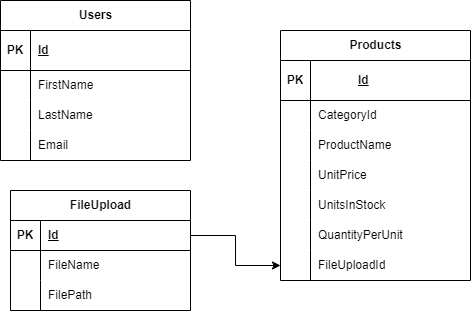
Above: Başlıksız Diyagram.drawio.png in Ayse-nur23/nLayeredApp (draw.io), before the change. Source tidied: cells renumbered, new cells last; positions are measured from the earlier drawing's top-left corner, leaving out a move shared by most shapes.
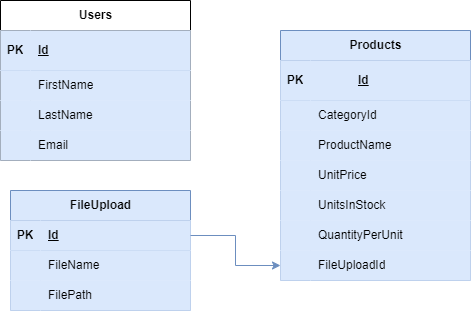
After the commit.

The edit, as a diff of the source:
```diff
@@ -5,139 +5,139 @@
     <mxCell id="2" value="Users" style="shape=table;startSize=30;rowLines=0;fontStyle=1;align=center;html=1;" parent="1" vertex="1">
       <mxGeometry width="190" height="160" as="geometry" />
     </mxCell>
-    <mxCell id="3" style="shape=tableRow;horizontal=0;startSize=0;swimlaneHead=0;swimlaneBody=0;fillColor=none;top=0;left=0;right=0;bottom=1;" parent="2" vertex="1">
+    <mxCell id="3" style="shape=tableRow;horizontal=0;startSize=0;swimlaneHead=0;swimlaneBody=0;fillColor=#dae8fc;top=0;left=0;right=0;bottom=1;strokeColor=#6c8ebf;" parent="2" vertex="1">
       <mxGeometry y="30" width="190" height="40" as="geometry" />
     </mxCell>
-    <mxCell id="4" value="PK" style="shape=partialRectangle;fillColor=none;top=0;left=0;bottom=0;right=0;fontStyle=1;overflow=hidden;whiteSpace=wrap;html=1;" parent="3" vertex="1">
+    <mxCell id="4" value="PK" style="shape=partialRectangle;fillColor=#dae8fc;top=0;left=0;bottom=0;right=0;fontStyle=1;overflow=hidden;whiteSpace=wrap;html=1;strokeColor=#6c8ebf;" parent="3" vertex="1">
       <mxGeometry width="30" height="40" as="geometry" />
     </mxCell>
-    <mxCell id="5" value="Id" style="shape=partialRectangle;fillColor=none;top=0;left=0;bottom=0;right=0;align=left;spacingLeft=6;fontStyle=5;overflow=hidden;whiteSpace=wrap;html=1;" parent="3" vertex="1">
+    <mxCell id="5" value="Id" style="shape=partialRectangle;fillColor=#dae8fc;top=0;left=0;bottom=0;right=0;align=left;spacingLeft=6;fontStyle=5;overflow=hidden;whiteSpace=wrap;html=1;strokeColor=#6c8ebf;" parent="3" vertex="1">
       <mxGeometry x="30" width="160" height="40" as="geometry" />
     </mxCell>
-    <mxCell id="6" style="shape=tableRow;horizontal=0;startSize=0;swimlaneHead=0;swimlaneBody=0;fillColor=none;top=0;left=0;right=0;bottom=0;" parent="2" vertex="1">
+    <mxCell id="6" style="shape=tableRow;horizontal=0;startSize=0;swimlaneHead=0;swimlaneBody=0;fillColor=#dae8fc;top=0;left=0;right=0;bottom=0;strokeColor=#6c8ebf;" parent="2" vertex="1">
       <mxGeometry y="70" width="190" height="30" as="geometry" />
     </mxCell>
-    <mxCell id="7" style="shape=partialRectangle;fillColor=none;top=0;left=0;bottom=0;right=0;overflow=hidden;whiteSpace=wrap;html=1;" parent="6" vertex="1">
+    <mxCell id="7" style="shape=partialRectangle;fillColor=#dae8fc;top=0;left=0;bottom=0;right=0;overflow=hidden;whiteSpace=wrap;html=1;strokeColor=#6c8ebf;" parent="6" vertex="1">
       <mxGeometry width="30" height="30" as="geometry" />
     </mxCell>
-    <mxCell id="8" value="FirstName" style="shape=partialRectangle;fillColor=none;top=0;left=0;bottom=0;right=0;align=left;spacingLeft=6;overflow=hidden;whiteSpace=wrap;html=1;" parent="6" vertex="1">
+    <mxCell id="8" value="FirstName" style="shape=partialRectangle;fillColor=#dae8fc;top=0;left=0;bottom=0;right=0;align=left;spacingLeft=6;overflow=hidden;whiteSpace=wrap;html=1;strokeColor=#6c8ebf;" parent="6" vertex="1">
       <mxGeometry x="30" width="160" height="30" as="geometry" />
     </mxCell>
-    <mxCell id="9" style="shape=tableRow;horizontal=0;startSize=0;swimlaneHead=0;swimlaneBody=0;fillColor=none;top=0;left=0;right=0;bottom=0;" parent="2" vertex="1">
+    <mxCell id="9" style="shape=tableRow;horizontal=0;startSize=0;swimlaneHead=0;swimlaneBody=0;fillColor=#dae8fc;top=0;left=0;right=0;bottom=0;strokeColor=#6c8ebf;" parent="2" vertex="1">
       <mxGeometry y="100" width="190" height="30" as="geometry" />
     </mxCell>
-    <mxCell id="10" style="shape=partialRectangle;fillColor=none;top=0;left=0;bottom=0;right=0;overflow=hidden;whiteSpace=wrap;html=1;" parent="9" vertex="1">
+    <mxCell id="10" style="shape=partialRectangle;fillColor=#dae8fc;top=0;left=0;bottom=0;right=0;overflow=hidden;whiteSpace=wrap;html=1;strokeColor=#6c8ebf;" parent="9" vertex="1">
       <mxGeometry width="30" height="30" as="geometry" />
     </mxCell>
-    <mxCell id="11" value="LastName" style="shape=partialRectangle;fillColor=none;top=0;left=0;bottom=0;right=0;align=left;spacingLeft=6;overflow=hidden;whiteSpace=wrap;html=1;" parent="9" vertex="1">
+    <mxCell id="11" value="LastName" style="shape=partialRectangle;fillColor=#dae8fc;top=0;left=0;bottom=0;right=0;align=left;spacingLeft=6;overflow=hidden;whiteSpace=wrap;html=1;strokeColor=#6c8ebf;" parent="9" vertex="1">
       <mxGeometry x="30" width="160" height="30" as="geometry" />
     </mxCell>
-    <mxCell id="12" style="shape=tableRow;horizontal=0;startSize=0;swimlaneHead=0;swimlaneBody=0;fillColor=none;top=0;left=0;right=0;bottom=0;" parent="2" vertex="1">
+    <mxCell id="12" style="shape=tableRow;horizontal=0;startSize=0;swimlaneHead=0;swimlaneBody=0;fillColor=#dae8fc;top=0;left=0;right=0;bottom=0;strokeColor=#6c8ebf;" parent="2" vertex="1">
       <mxGeometry y="130" width="190" height="30" as="geometry" />
     </mxCell>
-    <mxCell id="13" style="shape=partialRectangle;fillColor=none;top=0;left=0;bottom=0;right=0;overflow=hidden;whiteSpace=wrap;html=1;" parent="12" vertex="1">
+    <mxCell id="13" style="shape=partialRectangle;fillColor=#dae8fc;top=0;left=0;bottom=0;right=0;overflow=hidden;whiteSpace=wrap;html=1;strokeColor=#6c8ebf;" parent="12" vertex="1">
       <mxGeometry width="30" height="30" as="geometry" />
     </mxCell>
-    <mxCell id="14" value="Email" style="shape=partialRectangle;fillColor=none;top=0;left=0;bottom=0;right=0;align=left;spacingLeft=6;overflow=hidden;whiteSpace=wrap;html=1;" parent="12" vertex="1">
+    <mxCell id="14" value="Email" style="shape=partialRectangle;fillColor=#dae8fc;top=0;left=0;bottom=0;right=0;align=left;spacingLeft=6;overflow=hidden;whiteSpace=wrap;html=1;strokeColor=#6c8ebf;" parent="12" vertex="1">
       <mxGeometry x="30" width="160" height="30" as="geometry" />
     </mxCell>
-    <mxCell id="15" value="Products" style="shape=table;startSize=30;rowLines=0;fontStyle=1;align=center;html=1;" parent="1" vertex="1">
+    <mxCell id="15" value="Products" style="shape=table;startSize=30;rowLines=0;fontStyle=1;align=center;html=1;fillColor=#dae8fc;strokeColor=#6c8ebf;" parent="1" vertex="1">
       <mxGeometry x="280" y="30" width="190" height="250" as="geometry" />
     </mxCell>
-    <mxCell id="16" style="shape=tableRow;horizontal=0;startSize=0;swimlaneHead=0;swimlaneBody=0;fillColor=none;top=0;left=0;right=0;bottom=1;" parent="15" vertex="1">
+    <mxCell id="16" style="shape=tableRow;horizontal=0;startSize=0;swimlaneHead=0;swimlaneBody=0;fillColor=#dae8fc;top=0;left=0;right=0;bottom=1;strokeColor=#6c8ebf;" parent="15" vertex="1">
       <mxGeometry y="30" width="190" height="40" as="geometry" />
     </mxCell>
-    <mxCell id="17" value="PK" style="shape=partialRectangle;fillColor=none;top=0;left=0;bottom=0;right=0;fontStyle=1;overflow=hidden;whiteSpace=wrap;html=1;" parent="16" vertex="1">
+    <mxCell id="17" value="PK" style="shape=partialRectangle;fillColor=#dae8fc;top=0;left=0;bottom=0;right=0;fontStyle=1;overflow=hidden;whiteSpace=wrap;html=1;strokeColor=#6c8ebf;" parent="16" vertex="1">
       <mxGeometry width="30" height="40" as="geometry" />
     </mxCell>
-    <mxCell id="18" value="&lt;blockquote style=&quot;margin: 0 0 0 40px; border: none; padding: 0px;&quot;&gt;Id&lt;/blockquote&gt;" style="shape=partialRectangle;fillColor=none;top=0;left=0;bottom=0;right=0;align=left;spacingLeft=6;fontStyle=5;overflow=hidden;whiteSpace=wrap;html=1;" parent="16" vertex="1">
+    <mxCell id="18" value="&lt;blockquote style=&quot;margin: 0 0 0 40px; border: none; padding: 0px;&quot;&gt;Id&lt;/blockquote&gt;" style="shape=partialRectangle;fillColor=#dae8fc;top=0;left=0;bottom=0;right=0;align=left;spacingLeft=6;fontStyle=5;overflow=hidden;whiteSpace=wrap;html=1;strokeColor=#6c8ebf;" parent="16" vertex="1">
       <mxGeometry x="30" width="160" height="40" as="geometry" />
     </mxCell>
-    <mxCell id="19" style="shape=tableRow;horizontal=0;startSize=0;swimlaneHead=0;swimlaneBody=0;fillColor=none;top=0;left=0;right=0;bottom=0;" parent="15" vertex="1">
+    <mxCell id="19" style="shape=tableRow;horizontal=0;startSize=0;swimlaneHead=0;swimlaneBody=0;fillColor=#dae8fc;top=0;left=0;right=0;bottom=0;strokeColor=#6c8ebf;" parent="15" vertex="1">
       <mxGeometry y="70" width="190" height="30" as="geometry" />
     </mxCell>
-    <mxCell id="20" style="shape=partialRectangle;fillColor=none;top=0;left=0;bottom=0;right=0;overflow=hidden;whiteSpace=wrap;html=1;" parent="19" vertex="1">
+    <mxCell id="20" style="shape=partialRectangle;fillColor=#dae8fc;top=0;left=0;bottom=0;right=0;overflow=hidden;whiteSpace=wrap;html=1;strokeColor=#6c8ebf;" parent="19" vertex="1">
       <mxGeometry width="30" height="30" as="geometry" />
     </mxCell>
-    <mxCell id="21" value="CategoryId&amp;nbsp;" style="shape=partialRectangle;fillColor=none;top=0;left=0;bottom=0;right=0;align=left;spacingLeft=6;overflow=hidden;whiteSpace=wrap;html=1;" parent="19" vertex="1">
+    <mxCell id="21" value="CategoryId&amp;nbsp;" style="shape=partialRectangle;fillColor=#dae8fc;top=0;left=0;bottom=0;right=0;align=left;spacingLeft=6;overflow=hidden;whiteSpace=wrap;html=1;strokeColor=#6c8ebf;" parent="19" vertex="1">
       <mxGeometry x="30" width="160" height="30" as="geometry" />
     </mxCell>
-    <mxCell id="22" style="shape=tableRow;horizontal=0;startSize=0;swimlaneHead=0;swimlaneBody=0;fillColor=none;top=0;left=0;right=0;bottom=0;" parent="15" vertex="1">
+    <mxCell id="22" style="shape=tableRow;horizontal=0;startSize=0;swimlaneHead=0;swimlaneBody=0;fillColor=#dae8fc;top=0;left=0;right=0;bottom=0;strokeColor=#6c8ebf;" parent="15" vertex="1">
       <mxGeometry y="100" width="190" height="30" as="geometry" />
     </mxCell>
-    <mxCell id="23" style="shape=partialRectangle;fillColor=none;top=0;left=0;bottom=0;right=0;overflow=hidden;whiteSpace=wrap;html=1;" parent="22" vertex="1">
+    <mxCell id="23" style="shape=partialRectangle;fillColor=#dae8fc;top=0;left=0;bottom=0;right=0;overflow=hidden;whiteSpace=wrap;html=1;strokeColor=#6c8ebf;" parent="22" vertex="1">
       <mxGeometry width="30" height="30" as="geometry" />
     </mxCell>
-    <mxCell id="24" value="ProductName&amp;nbsp;" style="shape=partialRectangle;fillColor=none;top=0;left=0;bottom=0;right=0;align=left;spacingLeft=6;overflow=hidden;whiteSpace=wrap;html=1;" parent="22" vertex="1">
+    <mxCell id="24" value="ProductName&amp;nbsp;" style="shape=partialRectangle;fillColor=#dae8fc;top=0;left=0;bottom=0;right=0;align=left;spacingLeft=6;overflow=hidden;whiteSpace=wrap;html=1;strokeColor=#6c8ebf;" parent="22" vertex="1">
       <mxGeometry x="30" width="160" height="30" as="geometry" />
     </mxCell>
-    <mxCell id="25" style="shape=tableRow;horizontal=0;startSize=0;swimlaneHead=0;swimlaneBody=0;fillColor=none;top=0;left=0;right=0;bottom=0;" parent="15" vertex="1">
+    <mxCell id="25" style="shape=tableRow;horizontal=0;startSize=0;swimlaneHead=0;swimlaneBody=0;fillColor=#dae8fc;top=0;left=0;right=0;bottom=0;strokeColor=#6c8ebf;" parent="15" vertex="1">
       <mxGeometry y="130" width="190" height="30" as="geometry" />
     </mxCell>
-    <mxCell id="26" style="shape=partialRectangle;fillColor=none;top=0;left=0;bottom=0;right=0;overflow=hidden;whiteSpace=wrap;html=1;" parent="25" vertex="1">
+    <mxCell id="26" style="shape=partialRectangle;fillColor=#dae8fc;top=0;left=0;bottom=0;right=0;overflow=hidden;whiteSpace=wrap;html=1;strokeColor=#6c8ebf;" parent="25" vertex="1">
       <mxGeometry width="30" height="30" as="geometry" />
     </mxCell>
-    <mxCell id="27" value="UnitPrice&amp;nbsp;" style="shape=partialRectangle;fillColor=none;top=0;left=0;bottom=0;right=0;align=left;spacingLeft=6;overflow=hidden;whiteSpace=wrap;html=1;" parent="25" vertex="1">
+    <mxCell id="27" value="UnitPrice&amp;nbsp;" style="shape=partialRectangle;fillColor=#dae8fc;top=0;left=0;bottom=0;right=0;align=left;spacingLeft=6;overflow=hidden;whiteSpace=wrap;html=1;strokeColor=#6c8ebf;" parent="25" vertex="1">
       <mxGeometry x="30" width="160" height="30" as="geometry" />
     </mxCell>
-    <mxCell id="28" style="shape=tableRow;horizontal=0;startSize=0;swimlaneHead=0;swimlaneBody=0;fillColor=none;top=0;left=0;right=0;bottom=0;" parent="15" vertex="1">
+    <mxCell id="28" style="shape=tableRow;horizontal=0;startSize=0;swimlaneHead=0;swimlaneBody=0;fillColor=#dae8fc;top=0;left=0;right=0;bottom=0;strokeColor=#6c8ebf;" parent="15" vertex="1">
       <mxGeometry y="160" width="190" height="30" as="geometry" />
     </mxCell>
-    <mxCell id="29" style="shape=partialRectangle;fillColor=none;top=0;left=0;bottom=0;right=0;overflow=hidden;whiteSpace=wrap;html=1;" parent="28" vertex="1">
+    <mxCell id="29" style="shape=partialRectangle;fillColor=#dae8fc;top=0;left=0;bottom=0;right=0;overflow=hidden;whiteSpace=wrap;html=1;strokeColor=#6c8ebf;" parent="28" vertex="1">
       <mxGeometry width="30" height="30" as="geometry" />
     </mxCell>
-    <mxCell id="30" value="UnitsInStock&amp;nbsp;" style="shape=partialRectangle;fillColor=none;top=0;left=0;bottom=0;right=0;align=left;spacingLeft=6;overflow=hidden;whiteSpace=wrap;html=1;" parent="28" vertex="1">
+    <mxCell id="30" value="UnitsInStock&amp;nbsp;" style="shape=partialRectangle;fillColor=#dae8fc;top=0;left=0;bottom=0;right=0;align=left;spacingLeft=6;overflow=hidden;whiteSpace=wrap;html=1;strokeColor=#6c8ebf;" parent="28" vertex="1">
       <mxGeometry x="30" width="160" height="30" as="geometry" />
     </mxCell>
-    <mxCell id="31" style="shape=tableRow;horizontal=0;startSize=0;swimlaneHead=0;swimlaneBody=0;fillColor=none;top=0;left=0;right=0;bottom=0;" parent="15" vertex="1">
+    <mxCell id="31" style="shape=tableRow;horizontal=0;startSize=0;swimlaneHead=0;swimlaneBody=0;fillColor=#dae8fc;top=0;left=0;right=0;bottom=0;strokeColor=#6c8ebf;" parent="15" vertex="1">
       <mxGeometry y="190" width="190" height="30" as="geometry" />
     </mxCell>
-    <mxCell id="32" style="shape=partialRectangle;fillColor=none;top=0;left=0;bottom=0;right=0;overflow=hidden;whiteSpace=wrap;html=1;" parent="31" vertex="1">
+    <mxCell id="32" style="shape=partialRectangle;fillColor=#dae8fc;top=0;left=0;bottom=0;right=0;overflow=hidden;whiteSpace=wrap;html=1;strokeColor=#6c8ebf;" parent="31" vertex="1">
       <mxGeometry width="30" height="30" as="geometry" />
     </mxCell>
-    <mxCell id="33" value="QuantityPerUnit&amp;nbsp;" style="shape=partialRectangle;fillColor=none;top=0;left=0;bottom=0;right=0;align=left;spacingLeft=6;overflow=hidden;whiteSpace=wrap;html=1;" parent="31" vertex="1">
+    <mxCell id="33" value="QuantityPerUnit&amp;nbsp;" style="shape=partialRectangle;fillColor=#dae8fc;top=0;left=0;bottom=0;right=0;align=left;spacingLeft=6;overflow=hidden;whiteSpace=wrap;html=1;strokeColor=#6c8ebf;" parent="31" vertex="1">
       <mxGeometry x="30" width="160" height="30" as="geometry" />
     </mxCell>
-    <mxCell id="34" style="shape=tableRow;horizontal=0;startSize=0;swimlaneHead=0;swimlaneBody=0;fillColor=none;points=[[0,0.5],[1,0.5]];portConstraint=eastwest;top=0;left=0;right=0;bottom=0;" parent="15" vertex="1">
+    <mxCell id="34" style="shape=tableRow;horizontal=0;startSize=0;swimlaneHead=0;swimlaneBody=0;fillColor=#dae8fc;points=[[0,0.5],[1,0.5]];portConstraint=eastwest;top=0;left=0;right=0;bottom=0;strokeColor=#6c8ebf;" parent="15" vertex="1">
       <mxGeometry y="220" width="190" height="30" as="geometry" />
     </mxCell>
-    <mxCell id="35" style="shape=partialRectangle;fillColor=none;top=0;left=0;bottom=0;right=0;overflow=hidden;whiteSpace=wrap;html=1;" parent="34" vertex="1">
+    <mxCell id="35" style="shape=partialRectangle;fillColor=#dae8fc;top=0;left=0;bottom=0;right=0;overflow=hidden;whiteSpace=wrap;html=1;strokeColor=#6c8ebf;" parent="34" vertex="1">
       <mxGeometry width="30" height="30" as="geometry" />
     </mxCell>
-    <mxCell id="36" value="FileUploadId" style="shape=partialRectangle;fillColor=none;top=0;left=0;bottom=0;right=0;align=left;spacingLeft=6;overflow=hidden;whiteSpace=wrap;html=1;" parent="34" vertex="1">
+    <mxCell id="36" value="FileUploadId" style="shape=partialRectangle;fillColor=#dae8fc;top=0;left=0;bottom=0;right=0;align=left;spacingLeft=6;overflow=hidden;whiteSpace=wrap;html=1;strokeColor=#6c8ebf;" parent="34" vertex="1">
       <mxGeometry x="30" width="160" height="30" as="geometry" />
     </mxCell>
-    <mxCell id="37" value="FileUpload" style="shape=table;startSize=30;rowLines=0;fontStyle=1;align=center;html=1;" parent="1" vertex="1">
+    <mxCell id="37" value="FileUpload" style="shape=table;startSize=30;rowLines=0;fontStyle=1;align=center;html=1;fillColor=#dae8fc;strokeColor=#6c8ebf;" parent="1" vertex="1">
       <mxGeometry x="10" y="190" width="180" height="120" as="geometry" />
     </mxCell>
-    <mxCell id="38" style="shape=tableRow;horizontal=0;startSize=0;swimlaneHead=0;swimlaneBody=0;fillColor=none;points=[[0,0.5],[1,0.5]];portConstraint=eastwest;top=0;left=0;right=0;bottom=1;" parent="37" vertex="1">
+    <mxCell id="38" style="shape=tableRow;horizontal=0;startSize=0;swimlaneHead=0;swimlaneBody=0;fillColor=#dae8fc;points=[[0,0.5],[1,0.5]];portConstraint=eastwest;top=0;left=0;right=0;bottom=1;strokeColor=#6c8ebf;" parent="37" vertex="1">
       <mxGeometry y="30" width="180" height="30" as="geometry" />
     </mxCell>
-    <mxCell id="39" value="PK" style="shape=partialRectangle;fillColor=none;top=0;left=0;bottom=0;right=0;fontStyle=1;overflow=hidden;whiteSpace=wrap;html=1;" parent="38" vertex="1">
+    <mxCell id="39" value="PK" style="shape=partialRectangle;fillColor=#dae8fc;top=0;left=0;bottom=0;right=0;fontStyle=1;overflow=hidden;whiteSpace=wrap;html=1;strokeColor=#6c8ebf;" parent="38" vertex="1">
       <mxGeometry width="30" height="30" as="geometry" />
     </mxCell>
-    <mxCell id="40" value="Id" style="shape=partialRectangle;fillColor=none;top=0;left=0;bottom=0;right=0;align=left;spacingLeft=6;fontStyle=5;overflow=hidden;whiteSpace=wrap;html=1;" parent="38" vertex="1">
+    <mxCell id="40" value="Id" style="shape=partialRectangle;fillColor=#dae8fc;top=0;left=0;bottom=0;right=0;align=left;spacingLeft=6;fontStyle=5;overflow=hidden;whiteSpace=wrap;html=1;strokeColor=#6c8ebf;" parent="38" vertex="1">
       <mxGeometry x="30" width="150" height="30" as="geometry" />
     </mxCell>
-    <mxCell id="41" style="shape=tableRow;horizontal=0;startSize=0;swimlaneHead=0;swimlaneBody=0;fillColor=none;top=0;left=0;right=0;bottom=0;" parent="37" vertex="1">
+    <mxCell id="41" style="shape=tableRow;horizontal=0;startSize=0;swimlaneHead=0;swimlaneBody=0;fillColor=#dae8fc;top=0;left=0;right=0;bottom=0;strokeColor=#6c8ebf;" parent="37" vertex="1">
       <mxGeometry y="60" width="180" height="30" as="geometry" />
     </mxCell>
-    <mxCell id="42" style="shape=partialRectangle;fillColor=none;top=0;left=0;bottom=0;right=0;overflow=hidden;whiteSpace=wrap;html=1;" parent="41" vertex="1">
+    <mxCell id="42" style="shape=partialRectangle;fillColor=#dae8fc;top=0;left=0;bottom=0;right=0;overflow=hidden;whiteSpace=wrap;html=1;strokeColor=#6c8ebf;" parent="41" vertex="1">
       <mxGeometry width="30" height="30" as="geometry" />
     </mxCell>
-    <mxCell id="43" value="FileName&amp;nbsp;" style="shape=partialRectangle;fillColor=none;top=0;left=0;bottom=0;right=0;align=left;spacingLeft=6;overflow=hidden;whiteSpace=wrap;html=1;" parent="41" vertex="1">
+    <mxCell id="43" value="FileName&amp;nbsp;" style="shape=partialRectangle;fillColor=#dae8fc;top=0;left=0;bottom=0;right=0;align=left;spacingLeft=6;overflow=hidden;whiteSpace=wrap;html=1;strokeColor=#6c8ebf;" parent="41" vertex="1">
       <mxGeometry x="30" width="150" height="30" as="geometry" />
     </mxCell>
-    <mxCell id="44" style="shape=tableRow;horizontal=0;startSize=0;swimlaneHead=0;swimlaneBody=0;fillColor=none;top=0;left=0;right=0;bottom=0;" parent="37" vertex="1">
+    <mxCell id="44" style="shape=tableRow;horizontal=0;startSize=0;swimlaneHead=0;swimlaneBody=0;fillColor=#dae8fc;top=0;left=0;right=0;bottom=0;strokeColor=#6c8ebf;" parent="37" vertex="1">
       <mxGeometry y="90" width="180" height="30" as="geometry" />
     </mxCell>
-    <mxCell id="45" style="shape=partialRectangle;fillColor=none;top=0;left=0;bottom=0;right=0;overflow=hidden;whiteSpace=wrap;html=1;" parent="44" vertex="1">
+    <mxCell id="45" style="shape=partialRectangle;fillColor=#dae8fc;top=0;left=0;bottom=0;right=0;overflow=hidden;whiteSpace=wrap;html=1;strokeColor=#6c8ebf;" parent="44" vertex="1">
       <mxGeometry width="30" height="30" as="geometry" />
     </mxCell>
-    <mxCell id="46" value="FilePath&amp;nbsp;" style="shape=partialRectangle;fillColor=none;top=0;left=0;bottom=0;right=0;align=left;spacingLeft=6;overflow=hidden;whiteSpace=wrap;html=1;" parent="44" vertex="1">
+    <mxCell id="46" value="FilePath&amp;nbsp;" style="shape=partialRectangle;fillColor=#dae8fc;top=0;left=0;bottom=0;right=0;align=left;spacingLeft=6;overflow=hidden;whiteSpace=wrap;html=1;strokeColor=#6c8ebf;" parent="44" vertex="1">
       <mxGeometry x="30" width="150" height="30" as="geometry" />
     </mxCell>
-    <mxCell id="47" style="edgeStyle=orthogonalEdgeStyle;rounded=0;jettySize=auto;html=1;exitX=1;exitY=0.5;exitDx=0;exitDy=0;entryX=0;entryY=0.5;entryDx=0;entryDy=0;" parent="1" edge="1" source="38" target="34">
+    <mxCell id="47" style="edgeStyle=orthogonalEdgeStyle;rounded=0;jettySize=auto;html=1;exitX=1;exitY=0.5;exitDx=0;exitDy=0;entryX=0;entryY=0.5;entryDx=0;entryDy=0;fillColor=#dae8fc;strokeColor=#6c8ebf;" parent="1" edge="1" source="38" target="34">
       <mxGeometry relative="1" as="geometry" />
     </mxCell>
   </root>
```
